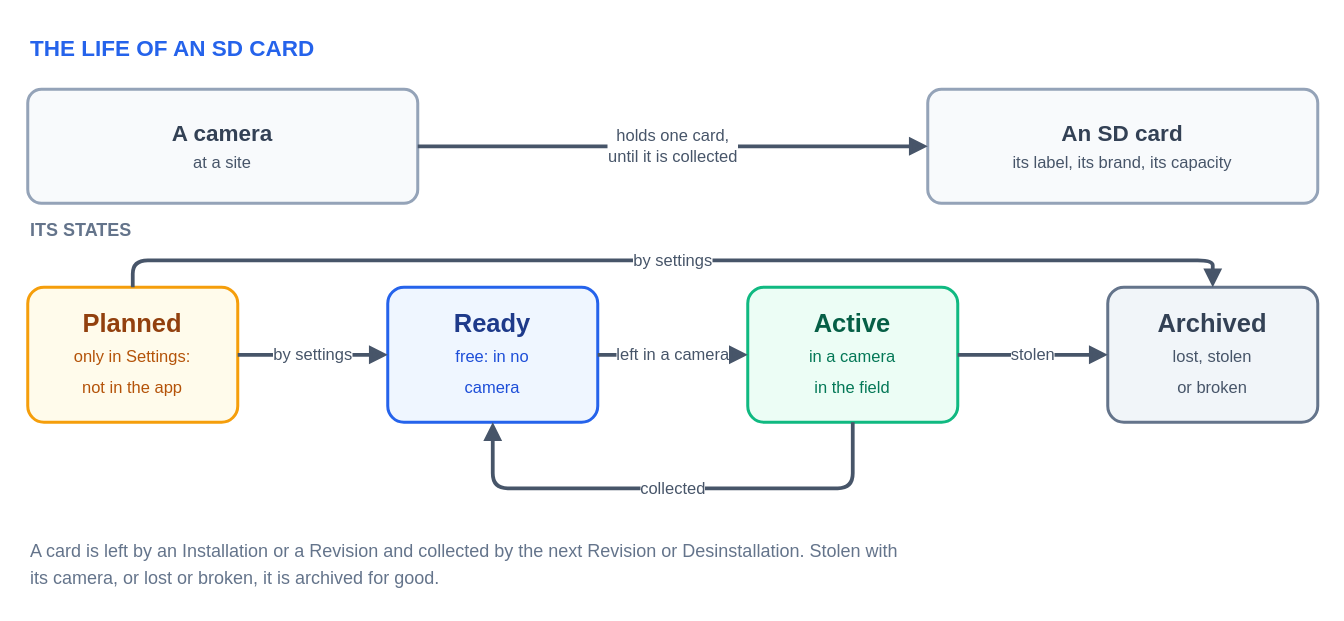
The draw.io diagram docs/img/sd-card.drawio in wildintelproject/wildintel-uploader, before the edit. Source tidied: cells renumbered, new cells numbered last; positions are measured from the earlier drawing's top-left corner, leaving out a move shared by most shapes. Both pictures are drawn from the tidied source at 150%, with x=0, y=0 at pixel (27, 26).
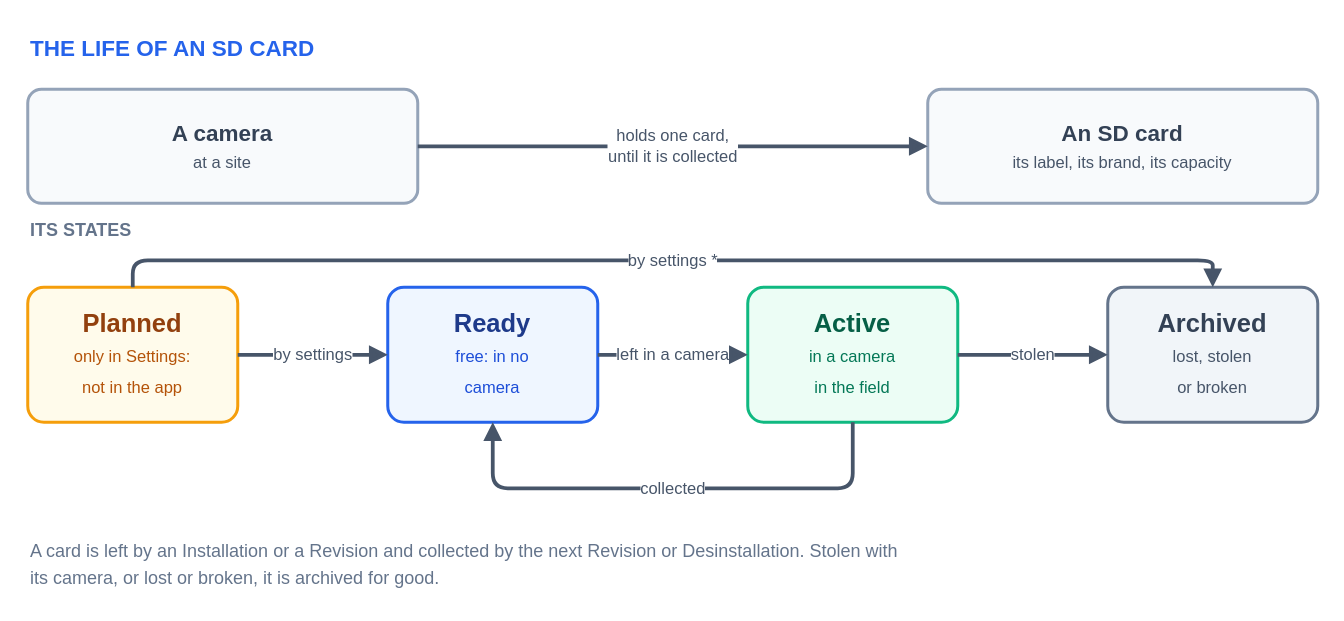
The same page after the edit.

The change refers to these unchanged cells:
```xml
<mxCell id="7" value="&lt;b&gt;Planned&lt;/b&gt;&lt;br&gt;&lt;font style=&quot;font-size:11px&quot; color=&quot;#b45309&quot;&gt;only in Settings:&lt;br&gt;not in the app&lt;/font&gt;" style="rounded=1;arcSize=12;whiteSpace=wrap;html=1;fillColor=#fffbeb;strokeColor=#f59e0b;strokeWidth=2;fontColor=#92400e;fontSize=17;" parent="1" vertex="1">
  <mxGeometry y="174" width="140" height="90" as="geometry" />
</mxCell>
<mxCell id="10" value="&lt;b&gt;Archived&lt;/b&gt;&lt;br&gt;&lt;font style=&quot;font-size:11px&quot; color=&quot;#475569&quot;&gt;lost, stolen&lt;br&gt;or broken&lt;/font&gt;" style="rounded=1;arcSize=12;whiteSpace=wrap;html=1;fillColor=#f1f5f9;strokeColor=#64748b;strokeWidth=2;fontColor=#334155;fontSize=17;" parent="1" vertex="1">
  <mxGeometry x="720" y="174" width="140" height="90" as="geometry" />
</mxCell>
```

What changed in the source:
```diff
@@
-    <mxCell id="14" value="by settings" style="edgeStyle=orthogonalEdgeStyle;rounded=1;html=1;endArrow=block;endFill=1;strokeColor=#475569;strokeWidth=2.5;fontSize=11;fontColor=#475569;labelBackgroundColor=#ffffff;exitX=0.5;exitY=0;exitDx=0;exitDy=0;entryX=0.5;entryY=0;entryDx=0;entryDy=0;" parent="1" edge="1" source="7" target="10">
+    <mxCell id="14" value="by settings *" style="edgeStyle=orthogonalEdgeStyle;rounded=1;html=1;endArrow=block;endFill=1;strokeColor=#475569;strokeWidth=2.5;fontSize=11;fontColor=#475569;labelBackgroundColor=#ffffff;exitX=0.5;exitY=0;exitDx=0;exitDy=0;entryX=0.5;entryY=0;entryDx=0;entryDy=0;" parent="1" edge="1" source="7" target="10">
       <mxGeometry relative="1" as="geometry">
         <Array as="points">
           <mxPoint x="70" y="156" />
           <mxPoint x="790" y="156" />
         </Array>
       </mxGeometry>
     </mxCell>
```
